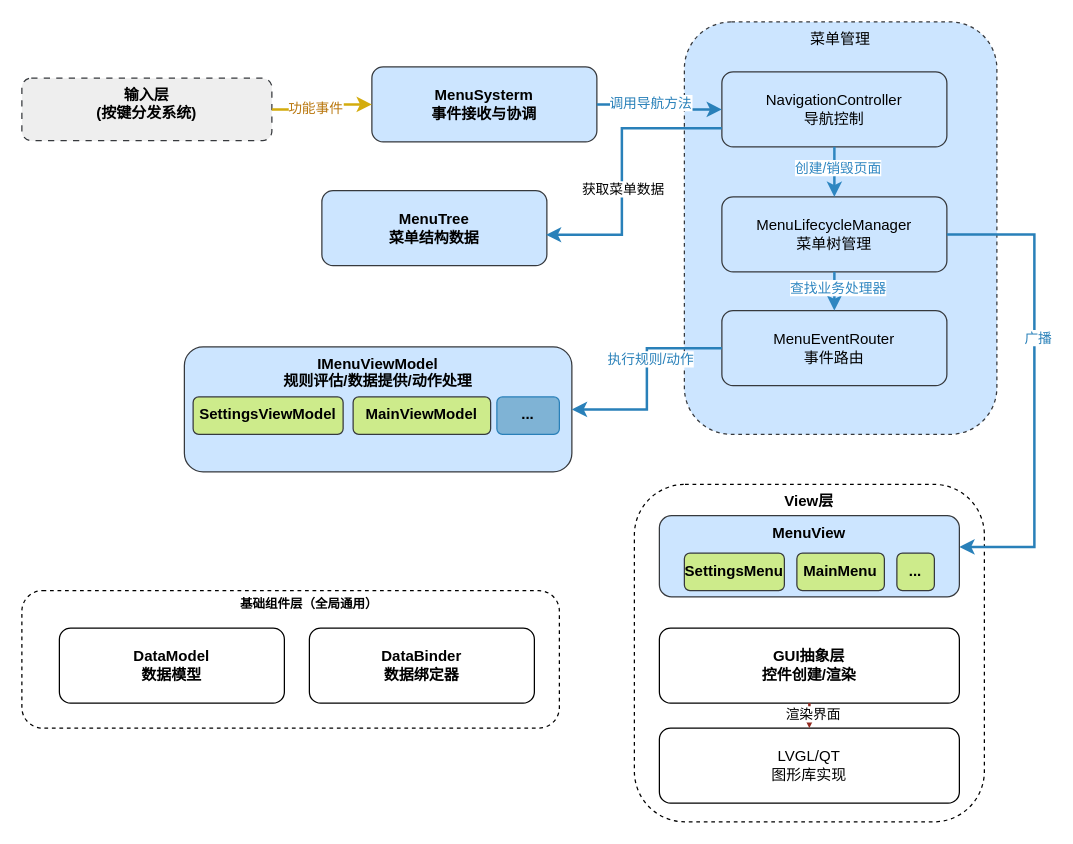
Above: page "菜单分层图" (13 of 13) of PDR.drawio in liyunhao2/technology (draw.io), before the change. Source tidied: cells renumbered, new cells numbered last; positions are measured from the earlier drawing's top-left corner, leaving out a move shared by most shapes. Both pictures are drawn from the tidied source at 125%, with x=0, y=0 at pixel (21, 21).
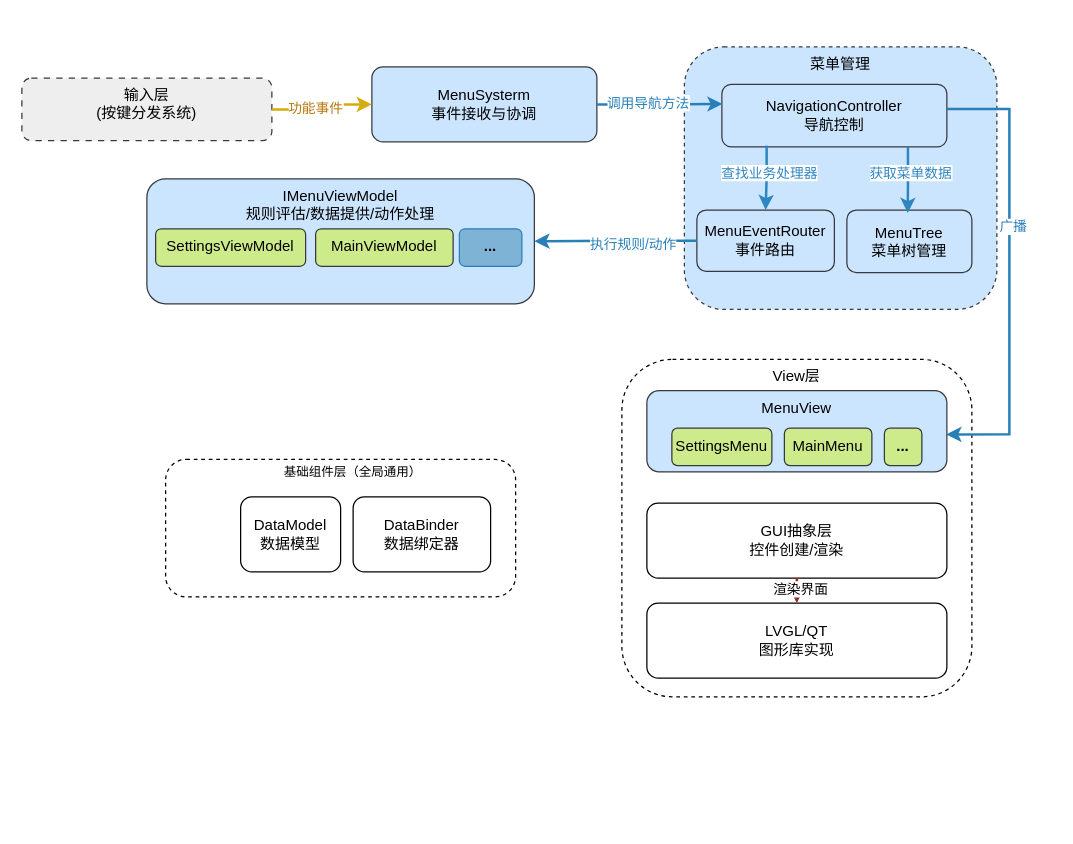
Above is the later version.

Change to the diagram source:
```diff
@@
-    <mxCell id="2" value="View层" style="rounded=1;whiteSpace=wrap;html=1;fontSize=12;fontStyle=1;verticalAlign=top;dashed=1;" parent="1" vertex="1">
-      <mxGeometry x="490" y="370" width="280" height="270" as="geometry" />
+    <mxCell id="2" value="View层" style="rounded=1;whiteSpace=wrap;html=1;fontSize=12;fontStyle=0;verticalAlign=top;dashed=1;" parent="1" vertex="1">
+      <mxGeometry x="480" y="270" width="280" height="270" as="geometry" />
     </mxCell>
     <mxCell id="3" value="菜单管理" style="rounded=1;whiteSpace=wrap;html=1;fillColor=#cce5ff;strokeColor=#36393d;fontSize=12;dashed=1;verticalAlign=top;" parent="1" vertex="1">
-      <mxGeometry x="530" width="250" height="330" as="geometry" />
+      <mxGeometry x="530" y="20" width="250" height="210" as="geometry" />
     </mxCell>
-    <mxCell id="4" style="rounded=1;whiteSpace=wrap;html=1;fontSize=12;fontStyle=1;dashed=1;" parent="1" vertex="1">
-      <mxGeometry y="455" width="430" height="110" as="geometry" />
+    <mxCell id="4" style="rounded=1;whiteSpace=wrap;html=1;fontSize=12;fontStyle=0;dashed=1;" parent="1" vertex="1">
+      <mxGeometry x="115" y="350" width="280" height="110" as="geometry" />
     </mxCell>
-    <mxCell id="5" value="DataModel&lt;br&gt;数据模型" style="rounded=1;whiteSpace=wrap;html=1;fontSize=12;fontStyle=1;" parent="1" vertex="1">
-      <mxGeometry x="30" y="485" width="180" height="60" as="geometry" />
+    <mxCell id="5" value="DataModel&lt;br&gt;数据模型" style="rounded=1;whiteSpace=wrap;html=1;fontSize=12;fontStyle=0;" parent="1" vertex="1">
+      <mxGeometry x="175" y="380" width="80" height="60" as="geometry" />
     </mxCell>
-    <mxCell id="6" value="DataBinder&lt;br&gt;数据绑定器" style="rounded=1;whiteSpace=wrap;html=1;fontSize=12;fontStyle=1;" parent="1" vertex="1">
-      <mxGeometry x="230" y="485" width="180" height="60" as="geometry" />
+    <mxCell id="6" value="DataBinder&lt;br&gt;数据绑定器" style="rounded=1;whiteSpace=wrap;html=1;fontSize=12;fontStyle=0;" parent="1" vertex="1">
+      <mxGeometry x="265" y="380" width="110" height="60" as="geometry" />
     </mxCell>
-    <mxCell id="7" value="输入层&lt;br&gt;(按键分发系统)" style="rounded=1;whiteSpace=wrap;html=1;fillColor=#eeeeee;strokeColor=#36393d;dashed=1;dashPattern=5 5;fontSize=12;fontStyle=1;verticalAlign=top;" parent="1" vertex="1">
+    <mxCell id="7" value="输入层&lt;br&gt;(按键分发系统)" style="rounded=1;whiteSpace=wrap;html=1;fillColor=#eeeeee;strokeColor=#36393d;dashed=1;dashPattern=5 5;fontSize=12;fontStyle=0;verticalAlign=top;" parent="1" vertex="1">
       <mxGeometry y="45" width="200" height="50" as="geometry" />
     </mxCell>
-    <mxCell id="8" value="MenuSysterm&lt;br&gt;事件接收与协调" style="rounded=1;whiteSpace=wrap;html=1;fillColor=#cce5ff;strokeColor=#36393d;fontSize=12;fontStyle=1;" parent="1" vertex="1">
+    <mxCell id="8" value="MenuSysterm&lt;br&gt;事件接收与协调" style="rounded=1;whiteSpace=wrap;html=1;fillColor=#cce5ff;strokeColor=#36393d;fontSize=12;fontStyle=0;" parent="1" vertex="1">
       <mxGeometry x="280" y="36" width="180" height="60" as="geometry" />
     </mxCell>
-    <mxCell id="9" value="IMenuViewModel&lt;br&gt;规则评估/数据提供/动作处理" style="rounded=1;whiteSpace=wrap;html=1;fillColor=#cce5ff;strokeColor=#36393d;fontSize=12;fontStyle=1;verticalAlign=top;" parent="1" vertex="1">
-      <mxGeometry x="130" y="260" width="310" height="100" as="geometry" />
+    <mxCell id="9" value="IMenuViewModel&lt;br&gt;规则评估/数据提供/动作处理" style="rounded=1;whiteSpace=wrap;html=1;fillColor=#cce5ff;strokeColor=#36393d;fontSize=12;fontStyle=0;verticalAlign=top;" parent="1" vertex="1">
+      <mxGeometry x="100" y="125.5" width="310" height="100" as="geometry" />
     </mxCell>
     <mxCell id="10" value="NavigationController&lt;br&gt;导航控制" style="rounded=1;whiteSpace=wrap;html=1;fillColor=#cce5ff;strokeColor=#36393d;fontSize=12;" parent="1" vertex="1">
-      <mxGeometry x="560" y="40" width="180" height="60" as="geometry" />
+      <mxGeometry x="560" y="50" width="180" height="50" as="geometry" />
     </mxCell>
-    <mxCell id="11" value="MenuLifecycleManager&lt;br&gt;菜单树管理" style="rounded=1;whiteSpace=wrap;html=1;fillColor=#cce5ff;strokeColor=#36393d;fontSize=12;" parent="1" vertex="1">
-      <mxGeometry x="560" y="140" width="180" height="60" as="geometry" />
-    </mxCell>
     <mxCell id="12" value="MenuEventRouter&lt;br&gt;事件路由" style="rounded=1;whiteSpace=wrap;html=1;fillColor=#cce5ff;strokeColor=#36393d;fontSize=12;" parent="1" vertex="1">
-      <mxGeometry x="560" y="231" width="180" height="60" as="geometry" />
+      <mxGeometry x="540" y="150.5" width="110" height="49" as="geometry" />
     </mxCell>
-    <mxCell id="13" value="MenuTree&lt;br&gt;菜单结构数据" style="rounded=1;whiteSpace=wrap;html=1;fillColor=#cce5ff;strokeColor=#36393d;fontSize=12;fontStyle=1;" parent="1" vertex="1">
-      <mxGeometry x="240" y="135" width="180" height="60" as="geometry" />
+    <mxCell id="13" value="MenuTree&lt;br&gt;菜单树管理" style="rounded=1;whiteSpace=wrap;html=1;fillColor=#cce5ff;strokeColor=#36393d;fontSize=12;fontStyle=0;" parent="1" vertex="1">
+      <mxGeometry x="660" y="150.5" width="100" height="50" as="geometry" />
     </mxCell>
-    <mxCell id="14" value="GUI抽象层&lt;br&gt;控件创建/渲染" style="rounded=1;whiteSpace=wrap;html=1;fontSize=12;fontStyle=1;" parent="1" vertex="1">
-      <mxGeometry x="510" y="485" width="240" height="60" as="geometry" />
+    <mxCell id="14" value="GUI抽象层&lt;br&gt;控件创建/渲染" style="rounded=1;whiteSpace=wrap;html=1;fontSize=12;fontStyle=0;" parent="1" vertex="1">
+      <mxGeometry x="500" y="385" width="240" height="60" as="geometry" />
     </mxCell>
     <mxCell id="15" value="LVGL/QT&lt;br&gt;图形库实现" style="rounded=1;whiteSpace=wrap;html=1;fontSize=12;" parent="1" vertex="1">
-      <mxGeometry x="510" y="565" width="240" height="60" as="geometry" />
+      <mxGeometry x="500" y="465" width="240" height="60" as="geometry" />
     </mxCell>
@@
-    <mxCell id="18" style="edgeStyle=orthogonalEdgeStyle;rounded=0;html=1;exitX=1;exitY=0.5;entryX=0;entryY=0.5;endArrow=classic;strokeColor=#2980B9;strokeWidth=2;" parent="1" edge="1" source="8" target="10">
+    <mxCell id="18" style="edgeStyle=orthogonalEdgeStyle;rounded=0;html=1;exitX=1;exitY=0.5;entryX=0.003;entryY=0.312;endArrow=classic;strokeColor=#2980B9;strokeWidth=2;entryDx=0;entryDy=0;entryPerimeter=0;" parent="1" edge="1" source="8" target="10">
       <mxGeometry relative="1" as="geometry" />
     </mxCell>
@@
-    <mxCell id="20" style="edgeStyle=orthogonalEdgeStyle;rounded=0;html=1;exitX=0.5;exitY=1;endArrow=classic;strokeColor=#2E86C1;strokeWidth=2;exitDx=0;exitDy=0;entryX=0.5;entryY=0;entryDx=0;entryDy=0;" parent="1" edge="1" source="10" target="11">
-      <mxGeometry relative="1" as="geometry" />
-    </mxCell>
-    <mxCell id="21" value="创建/销毁页面" style="edgeLabel;html=1;align=center;verticalAlign=middle;fontSize=11;fontColor=#2E86C1;" parent="20" vertex="1">
-      <mxGeometry x="-0.2" y="2" relative="1" as="geometry" />
-    </mxCell>
-    <mxCell id="22" style="edgeStyle=orthogonalEdgeStyle;rounded=0;html=1;exitX=0.5;exitY=1;endArrow=classic;strokeColor=#2E86C1;strokeWidth=2;exitDx=0;exitDy=0;" parent="1" edge="1" source="11" target="12">
+    <mxCell id="22" style="edgeStyle=orthogonalEdgeStyle;rounded=0;html=1;exitX=0.199;exitY=0.98;endArrow=classic;strokeColor=#2E86C1;strokeWidth=2;exitDx=0;exitDy=0;exitPerimeter=0;" parent="1" edge="1" source="10" target="12">
       <mxGeometry relative="1" as="geometry" />
     </mxCell>
@@
-    <mxCell id="26" style="edgeStyle=orthogonalEdgeStyle;rounded=0;html=1;exitX=1;exitY=0.5;endArrow=classic;strokeColor=#2980B9;strokeWidth=2;exitDx=0;exitDy=0;fontColor=#2980B9;" parent="1" edge="1" source="11" target="31">
+    <mxCell id="26" style="edgeStyle=orthogonalEdgeStyle;rounded=0;html=1;exitX=1;exitY=0.392;endArrow=classic;strokeColor=#2980B9;strokeWidth=2;exitDx=0;exitDy=0;fontColor=#2980B9;exitPerimeter=0;entryX=0.998;entryY=0.539;entryDx=0;entryDy=0;entryPerimeter=0;" parent="1" edge="1" source="10" target="31">
       <mxGeometry relative="1" as="geometry">
         <Array as="points">
-          <mxPoint x="810" y="170" />
-          <mxPoint x="810" y="420" />
+          <mxPoint x="790" y="70" />
+          <mxPoint x="790" y="330" />
         </Array>
       </mxGeometry>
     </mxCell>
@@
-    <mxCell id="30" value="基础组件层（全局通用）" style="text;html=1;strokeColor=none;fillColor=none;align=center;verticalAlign=middle;whiteSpace=wrap;rounded=0;fontSize=10;fontColor=#000000;fontStyle=1;" parent="1" vertex="1">
-      <mxGeometry x="160" y="455" width="140" height="20" as="geometry" />
+    <mxCell id="30" value="基础组件层（全局通用）" style="text;html=1;strokeColor=none;fillColor=none;align=center;verticalAlign=middle;whiteSpace=wrap;rounded=0;fontSize=10;fontColor=#000000;fontStyle=0;" parent="1" vertex="1">
+      <mxGeometry x="195" y="350" width="140" height="20" as="geometry" />
     </mxCell>
-    <mxCell id="31" value="MenuView" style="rounded=1;whiteSpace=wrap;html=1;fillColor=#cce5ff;strokeColor=#36393d;fontSize=12;fontStyle=1;verticalAlign=top;" parent="1" vertex="1">
-      <mxGeometry x="510" y="395" width="240" height="65" as="geometry" />
+    <mxCell id="31" value="MenuView" style="rounded=1;whiteSpace=wrap;html=1;fillColor=#cce5ff;strokeColor=#36393d;fontSize=12;fontStyle=0;verticalAlign=top;" parent="1" vertex="1">
+      <mxGeometry x="500" y="295" width="240" height="65" as="geometry" />
     </mxCell>
-    <mxCell id="32" value="SettingsViewModel" style="rounded=1;whiteSpace=wrap;html=1;fillColor=#cdeb8b;strokeColor=#36393d;fontSize=12;fontStyle=1;verticalAlign=top;" parent="1" vertex="1">
-      <mxGeometry x="137" y="300" width="120" height="30" as="geometry" />
+    <mxCell id="32" value="SettingsViewModel" style="rounded=1;whiteSpace=wrap;html=1;fillColor=#cdeb8b;strokeColor=#36393d;fontSize=12;fontStyle=0;verticalAlign=top;" parent="1" vertex="1">
+      <mxGeometry x="107" y="165.5" width="120" height="30" as="geometry" />
     </mxCell>
-    <mxCell id="33" value="MainViewModel" style="rounded=1;whiteSpace=wrap;html=1;fillColor=#cdeb8b;strokeColor=#36393d;fontSize=12;fontStyle=1;verticalAlign=top;" parent="1" vertex="1">
-      <mxGeometry x="265" y="300" width="110" height="30" as="geometry" />
+    <mxCell id="33" value="MainViewModel" style="rounded=1;whiteSpace=wrap;html=1;fillColor=#cdeb8b;strokeColor=#36393d;fontSize=12;fontStyle=0;verticalAlign=top;" parent="1" vertex="1">
+      <mxGeometry x="235" y="165.5" width="110" height="30" as="geometry" />
     </mxCell>
     <mxCell id="34" value="..." style="rounded=1;whiteSpace=wrap;html=1;fillColor=#7FB3D5;strokeColor=#2980B9;fontSize=12;fontStyle=1;verticalAlign=top;" parent="1" vertex="1">
-      <mxGeometry x="380" y="300" width="50" height="30" as="geometry" />
+      <mxGeometry x="350" y="165.5" width="50" height="30" as="geometry" />
     </mxCell>
-    <mxCell id="35" value="SettingsMenu" style="rounded=1;whiteSpace=wrap;html=1;fillColor=#cdeb8b;strokeColor=#36393d;fontSize=12;fontStyle=1;verticalAlign=middle;" parent="1" vertex="1">
-      <mxGeometry x="530" y="425" width="80" height="30" as="geometry" />
+    <mxCell id="35" value="SettingsMenu" style="rounded=1;whiteSpace=wrap;html=1;fillColor=#cdeb8b;strokeColor=#36393d;fontSize=12;fontStyle=0;verticalAlign=middle;" parent="1" vertex="1">
+      <mxGeometry x="520" y="325" width="80" height="30" as="geometry" />
     </mxCell>
-    <mxCell id="36" value="MainMenu" style="rounded=1;whiteSpace=wrap;html=1;fillColor=#cdeb8b;strokeColor=#36393d;fontSize=12;fontStyle=1;verticalAlign=middle;" parent="1" vertex="1">
-      <mxGeometry x="620" y="425" width="70" height="30" as="geometry" />
+    <mxCell id="36" value="MainMenu" style="rounded=1;whiteSpace=wrap;html=1;fillColor=#cdeb8b;strokeColor=#36393d;fontSize=12;fontStyle=0;verticalAlign=middle;" parent="1" vertex="1">
+      <mxGeometry x="610" y="325" width="70" height="30" as="geometry" />
     </mxCell>
     <mxCell id="37" value="..." style="rounded=1;whiteSpace=wrap;html=1;fillColor=#cdeb8b;strokeColor=#36393d;fontSize=12;fontStyle=1;verticalAlign=middle;" parent="1" vertex="1">
-      <mxGeometry x="700" y="425" width="30" height="30" as="geometry" />
+      <mxGeometry x="690" y="325" width="30" height="30" as="geometry" />
     </mxCell>
-    <mxCell id="38" style="edgeStyle=orthogonalEdgeStyle;rounded=0;html=1;exitX=0;exitY=0.75;endArrow=classic;strokeColor=#2980B9;strokeWidth=2;exitDx=0;exitDy=0;entryX=0.996;entryY=0.589;entryDx=0;entryDy=0;entryPerimeter=0;" parent="1" edge="1" source="10" target="13">
-      <mxGeometry relative="1" as="geometry">
-        <Array as="points">
-          <mxPoint x="480" y="85" />
-          <mxPoint x="480" y="170" />
-        </Array>
-      </mxGeometry>
+    <mxCell id="38" style="edgeStyle=orthogonalEdgeStyle;rounded=0;html=1;endArrow=classic;strokeColor=#2E86C1;strokeWidth=2;exitX=0.827;exitY=0.999;exitDx=0;exitDy=0;exitPerimeter=0;entryX=0.487;entryY=0.047;entryDx=0;entryDy=0;entryPerimeter=0;" parent="1" edge="1" source="10" target="13">
+      <mxGeometry relative="1" as="geometry" />
     </mxCell>
-    <mxCell id="39" value="获取菜单数据" style="edgeLabel;html=1;align=center;verticalAlign=middle;" parent="38" vertex="1">
-      <mxGeometry x="0.13" relative="1" as="geometry" />
+    <mxCell id="39" value="获取菜单数据" style="edgeLabel;html=1;align=center;verticalAlign=middle;fontSize=11;fontColor=#2E86C1;" parent="38" vertex="1">
+      <mxGeometry x="-0.2" y="2" relative="1" as="geometry" />
     </mxCell>
```
